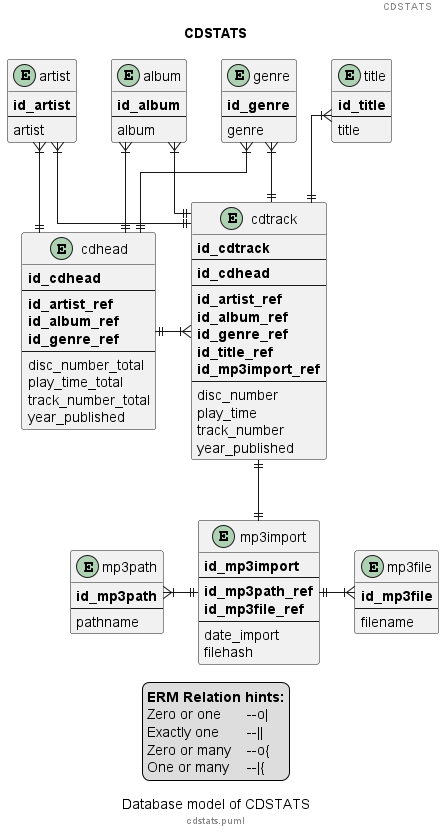
ThirtySomething/ID3Stats keeps this PlantUML diagram as images/cdstats.png. Above is the earlier version.
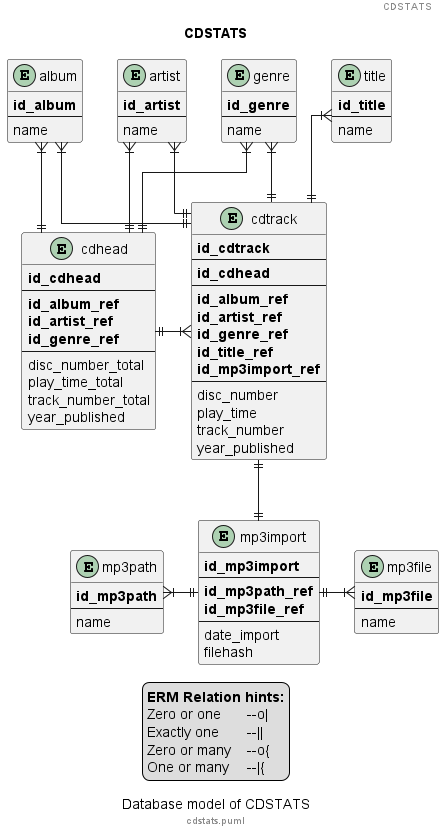
Above is the later version.

The edit, as a diff of the source:
```diff
@@ -13,13 +13,13 @@
 entity mp3file {
     **id_mp3file**
     --
-    filename
+    name
 }
 
 entity mp3path {
     **id_mp3path**
     --
-    pathname
+    name
 }
 
 entity mp3import {
@@ -32,35 +32,36 @@
     filehash
 }
 
+entity album {
+    **id_album**
+    --
+    name
+}
+
+
 entity artist {
     **id_artist**
     --
-    artist
-}
-
-entity album {
-    **id_album**
-    --
-    album
+    name
 }
 
 entity genre {
     **id_genre**
     --
-    genre
+    name
 }
 
 entity title {
     **id_title**
     --
-    title
+    name
 }
 
 entity cdhead {
     **id_cdhead**
     --
+    **id_album_ref**
     **id_artist_ref**
-    **id_album_ref**
     **id_genre_ref**
     --
     disc_number_total
@@ -74,8 +75,8 @@
     --
     **id_cdhead**
     --
+    **id_album_ref**
     **id_artist_ref**
-    **id_album_ref**
     **id_genre_ref**
     **id_title_ref**
     **id_mp3import_ref**
@@ -89,19 +90,19 @@
 mp3import ||--l|{ mp3path
 mp3import ||--r|{ mp3file
 
+cdhead ||--u|{ album
 cdhead ||--u|{ artist
-cdhead ||--u|{ album
 cdhead ||--r|{ cdtrack
 cdhead ||--u|{ genre
 
+cdtrack ||--u|{ album
 cdtrack ||--u|{ artist
-cdtrack ||--u|{ album
 cdtrack ||--u|{ genre
 cdtrack ||--u|{ title
 cdtrack ||--d|| mp3import
 
-artist -[hidden]r-> album
-album -[hidden]r-> genre
+album -[hidden]r-> artist
+artist -[hidden]r-> genre
 genre -[hidden]r-> title
 
 legend
```
